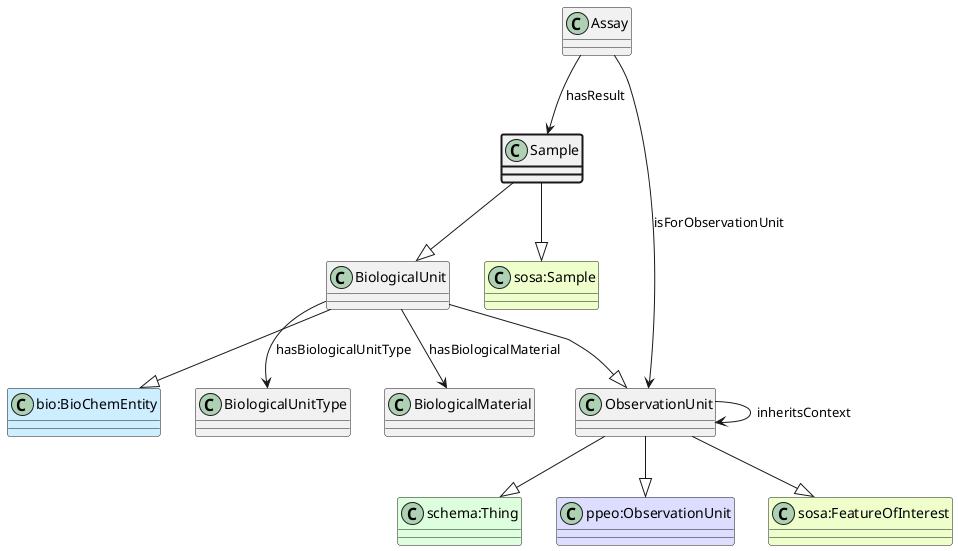
This is ttl_uml/ttl_appn_Sample.png from aus-plant-phenomics-network/appn-schema, a PlantUML export, as it was before one commit.
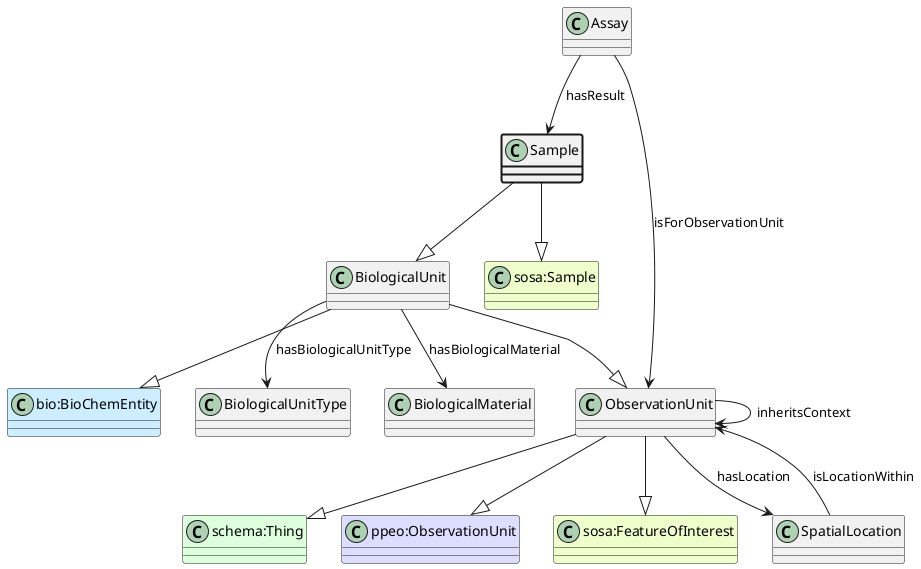
The same diagram one commit later.

Diff of the diagram source:
```diff
@@ -14,6 +14,10 @@
 Assay --> ObservationUnit : isForObservationUnit
 class ObservationUnit
 ObservationUnit --> ObservationUnit : inheritsContext
+class SpatialLocation
+ObservationUnit --> SpatialLocation : hasLocation
+class SpatialLocation
+SpatialLocation --> ObservationUnit : isLocationWithin
 BiologicalUnit --|> ObservationUnit
 class "bio:BioChemEntity" #CCEEFF
 BiologicalUnit --|> "bio:BioChemEntity"
```
